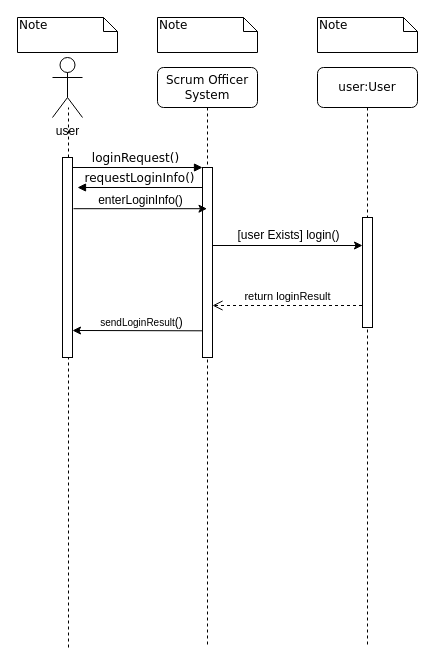
Earlier version of the draw.io diagram Behavioral Modeling/Login_sequence_Diagram.drawio (amirabbas8/ScrumOfficer). Source tidied: cells renumbered, new cells numbered last; positions are measured from the earlier drawing's top-left corner, leaving out a move shared by most shapes. Both pictures are drawn from the tidied source at 100%, with x=0, y=0 at pixel (17, 17).
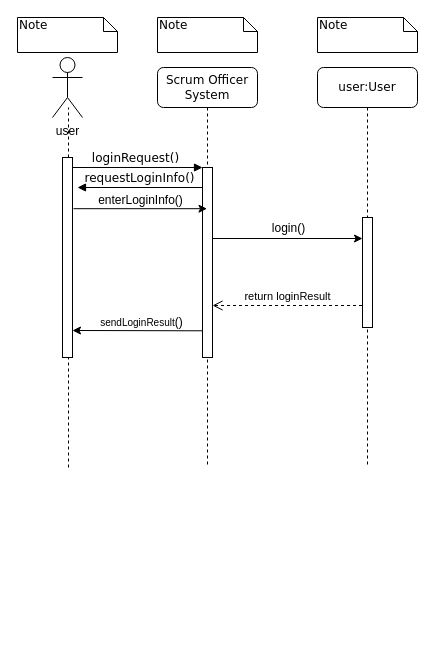
The same diagram, later.

Unchanged cells that the change refers to:
```xml
<mxCell id="18" style="html=1;points=[];perimeter=orthogonalPerimeter;" parent="1" vertex="1">
  <mxGeometry x="45" y="140" width="10" height="200" as="geometry" />
</mxCell>
```

What changed in the source:
```diff
@@
     <mxCell id="2" value="Scrum Officer System&lt;br&gt;" style="shape=umlLifeline;perimeter=lifelinePerimeter;whiteSpace=wrap;html=1;outlineConnect=0;rounded=1;shadow=0;comic=0;labelBackgroundColor=none;strokeColor=#000000;strokeWidth=1;fillColor=#FFFFFF;fontFamily=Verdana;fontSize=12;fontColor=#000000;align=center;" parent="1" vertex="1">
-      <mxGeometry x="140" y="50" width="100" height="580" as="geometry" />
+      <mxGeometry x="140" y="50" width="100" height="400" as="geometry" />
     </mxCell>
@@
     <mxCell id="4" value="user:User" style="shape=umlLifeline;perimeter=lifelinePerimeter;whiteSpace=wrap;html=1;rounded=1;shadow=0;comic=0;labelBackgroundColor=none;strokeColor=#000000;strokeWidth=1;fillColor=#FFFFFF;fontFamily=Verdana;fontSize=12;fontColor=#000000;align=center;" parent="1" vertex="1">
-      <mxGeometry x="300" y="50" width="100" height="580" as="geometry" />
+      <mxGeometry x="300" y="50" width="100" height="400" as="geometry" />
     </mxCell>
@@
     <mxCell id="13" style="endArrow=classic;html=1;" parent="1" edge="1">
       <mxGeometry relative="1" as="geometry">
-        <mxPoint x="195" y="228" as="sourcePoint" />
-        <mxPoint x="345" y="228" as="targetPoint" />
+        <mxPoint x="195" y="221" as="sourcePoint" />
+        <mxPoint x="345" y="221" as="targetPoint" />
       </mxGeometry>
     </mxCell>
-    <mxCell id="14" value="[user Exists] login()&lt;br&gt;" style="text;html=1;align=center;verticalAlign=middle;labelBackgroundColor=#ffffff;" parent="13" vertex="1">
+    <mxCell id="14" value="login()&lt;br&gt;" style="text;html=1;align=center;verticalAlign=middle;labelBackgroundColor=#ffffff;" parent="13" vertex="1">
       <mxGeometry x="-0.43" y="7" relative="1" as="geometry">
         <mxPoint x="32" y="-4" as="offset" />
       </mxGeometry>
     </mxCell>
@@
     <mxCell id="19" style="endArrow=none;dashed=1;html=1;" parent="1" edge="1" target="18">
       <mxGeometry relative="1" as="geometry">
-        <mxPoint x="51" y="630" as="sourcePoint" />
+        <mxPoint x="51" y="450" as="sourcePoint" />
       </mxGeometry>
     </mxCell>
```
